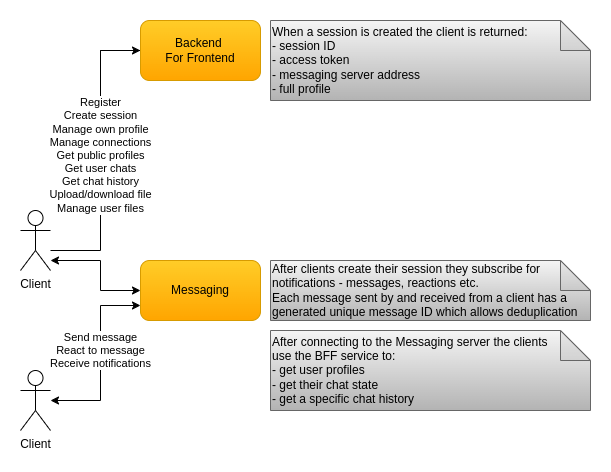
The draw.io diagram docs/images/cecochat-clients.png in cvetomir-todorov/CecoChat, before a commit. Source tidied: cells renumbered, new cells last; positions are measured from the earlier drawing's top-left corner, leaving out a move shared by most shapes.
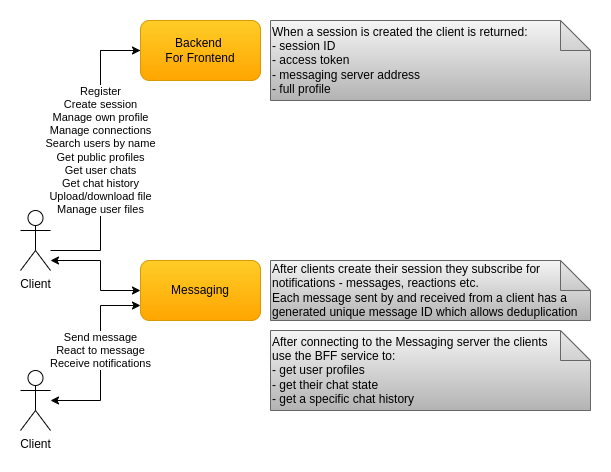
After the commit.

Commit message:
Update diagram images with support for searching users by name

Diff of the diagram source:
```diff
@@ -44,8 +44,8 @@
     <mxCell id="10" value="After connecting to the Messaging server the clients&lt;br&gt;use the BFF service to:&lt;br&gt;- get user profiles&lt;br&gt;- get their chat state&lt;br&gt;- get a specific chat history" style="shape=note;whiteSpace=wrap;html=1;backgroundOutline=1;darkOpacity=0.05;align=left;gradientColor=#b3b3b3;fillColor=#f5f5f5;strokeColor=#666666;" parent="1" vertex="1">
       <mxGeometry x="250" y="310" width="320" height="80" as="geometry" />
     </mxCell>
-    <mxCell id="11" value="Register&lt;br style=&quot;border-color: var(--border-color);&quot;&gt;Create session&lt;br style=&quot;border-color: var(--border-color);&quot;&gt;Manage own&amp;nbsp;profile&lt;br style=&quot;border-color: var(--border-color);&quot;&gt;Manage connections&lt;br style=&quot;border-color: var(--border-color);&quot;&gt;Get public profiles&lt;br style=&quot;border-color: var(--border-color);&quot;&gt;Get user chats&lt;br style=&quot;border-color: var(--border-color);&quot;&gt;Get chat history&lt;br style=&quot;border-color: var(--border-color);&quot;&gt;Upload/download file&lt;br style=&quot;border-color: var(--border-color);&quot;&gt;Manage user files" style="edgeStyle=orthogonalEdgeStyle;rounded=0;jettySize=auto;html=1;entryX=0;entryY=0.5;entryDx=0;entryDy=0;" parent="1" edge="1" source="6" target="12">
-      <mxGeometry relative="1" as="geometry">
+    <mxCell id="11" value="Register&lt;br style=&quot;border-color: var(--border-color);&quot;&gt;Create session&lt;br style=&quot;border-color: var(--border-color);&quot;&gt;Manage own&amp;nbsp;profile&lt;br style=&quot;border-color: var(--border-color);&quot;&gt;Manage connections&lt;br&gt;Search users by name&lt;br style=&quot;border-color: var(--border-color);&quot;&gt;Get public profiles&lt;br style=&quot;border-color: var(--border-color);&quot;&gt;Get user chats&lt;br style=&quot;border-color: var(--border-color);&quot;&gt;Get chat history&lt;br style=&quot;border-color: var(--border-color);&quot;&gt;Upload/download file&lt;br style=&quot;border-color: var(--border-color);&quot;&gt;Manage user files" style="edgeStyle=orthogonalEdgeStyle;rounded=0;jettySize=auto;html=1;entryX=0;entryY=0.5;entryDx=0;entryDy=0;" parent="1" edge="1" source="6" target="12">
+      <mxGeometry x="0.03" relative="1" as="geometry">
         <Array as="points">
           <mxPoint x="80" y="230" />
         </Array>
```
